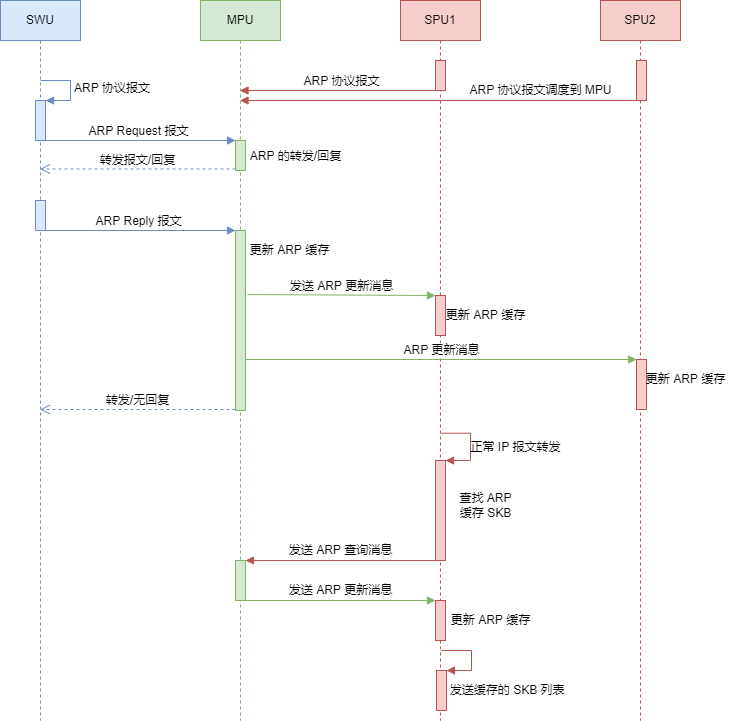
Before: chx_arp.drawio.png, a diagram exported from draw.io (lwchao/drawPNG). Source tidied: cells renumbered, new cells last; positions are measured from the earlier drawing's top-left corner, leaving out a move shared by most shapes. The source it was exported from:
```xml
<mxGraphModel>
  <root>
    <mxCell id="0" />
    <mxCell id="1" parent="0" />
    <mxCell id="2" value="SWU" style="shape=umlLifeline;perimeter=lifelinePerimeter;whiteSpace=wrap;html=1;outlineConnect=0;fillColor=#dae8fc;strokeColor=#6c8ebf;" parent="1" vertex="1">
      <mxGeometry width="80" height="720" as="geometry" />
    </mxCell>
    <mxCell id="3" style="html=1;points=[];perimeter=orthogonalPerimeter;fillColor=#dae8fc;strokeColor=#6c8ebf;" parent="2" vertex="1">
      <mxGeometry x="35" y="100" width="10" height="40" as="geometry" />
    </mxCell>
    <mxCell id="4" value="ARP 协议报文" style="edgeStyle=orthogonalEdgeStyle;html=1;align=left;spacingLeft=2;endArrow=block;rounded=0;entryX=1;entryY=0;fillColor=#dae8fc;strokeColor=#6c8ebf;" parent="2" edge="1" target="3">
      <mxGeometry relative="1" as="geometry">
        <mxPoint x="40" y="80" as="sourcePoint" />
        <Array as="points">
          <mxPoint x="70" y="80" />
        </Array>
      </mxGeometry>
    </mxCell>
    <mxCell id="5" style="html=1;perimeter=orthogonalPerimeter;fillColor=#dae8fc;strokeColor=#6c8ebf;" parent="2" vertex="1">
      <mxGeometry x="35" y="200" width="10" height="30" as="geometry" />
    </mxCell>
    <mxCell id="6" value="MPU" style="shape=umlLifeline;perimeter=lifelinePerimeter;whiteSpace=wrap;html=1;outlineConnect=0;fillColor=#d5e8d4;strokeColor=#82b366;" parent="1" vertex="1">
      <mxGeometry x="200" width="80" height="720" as="geometry" />
    </mxCell>
    <mxCell id="7" style="html=1;points=[];perimeter=orthogonalPerimeter;fillColor=#d5e8d4;strokeColor=#82b366;" parent="6" vertex="1">
      <mxGeometry x="35" y="230" width="10" height="180" as="geometry" />
    </mxCell>
    <mxCell id="8" style="html=1;points=[];perimeter=orthogonalPerimeter;fillColor=#d5e8d4;strokeColor=#82b366;" parent="6" vertex="1">
      <mxGeometry x="35" y="140" width="10" height="30" as="geometry" />
    </mxCell>
    <mxCell id="9" value="ARP Request 报文" style="html=1;verticalAlign=bottom;endArrow=block;entryX=0;entryY=0;rounded=0;fillColor=#dae8fc;strokeColor=#6c8ebf;" parent="6" edge="1" target="8">
      <mxGeometry relative="1" as="geometry">
        <mxPoint x="-160.5" y="140" as="sourcePoint" />
      </mxGeometry>
    </mxCell>
    <mxCell id="10" style="html=1;points=[];perimeter=orthogonalPerimeter;fillColor=#d5e8d4;strokeColor=#82b366;" parent="6" vertex="1">
      <mxGeometry x="35" y="560" width="10" height="40" as="geometry" />
    </mxCell>
    <mxCell id="11" value="SPU1" style="shape=umlLifeline;perimeter=lifelinePerimeter;whiteSpace=wrap;html=1;outlineConnect=0;fillColor=#f8cecc;strokeColor=#b85450;" parent="1" vertex="1">
      <mxGeometry x="400" width="80" height="720" as="geometry" />
    </mxCell>
    <mxCell id="12" style="html=1;points=[];perimeter=orthogonalPerimeter;fillColor=#f8cecc;strokeColor=#b85450;" parent="11" vertex="1">
      <mxGeometry x="35" y="295" width="10" height="40" as="geometry" />
    </mxCell>
    <mxCell id="13" style="html=1;points=[];perimeter=orthogonalPerimeter;fillColor=#f8cecc;strokeColor=#b85450;" parent="11" vertex="1">
      <mxGeometry x="35" y="60" width="10" height="30" as="geometry" />
    </mxCell>
    <mxCell id="14" style="html=1;points=[];perimeter=orthogonalPerimeter;fillColor=#f8cecc;strokeColor=#b85450;" parent="11" vertex="1">
      <mxGeometry x="35" y="460" width="10" height="100" as="geometry" />
    </mxCell>
    <mxCell id="15" style="edgeStyle=orthogonalEdgeStyle;html=1;align=left;spacingLeft=2;endArrow=block;rounded=0;entryX=1;entryY=0;exitX=0.513;exitY=0.601;exitDx=0;exitDy=0;exitPerimeter=0;fillColor=#f8cecc;strokeColor=#b85450;" parent="11" edge="1" source="11" target="14">
      <mxGeometry relative="1" as="geometry">
        <Array as="points">
          <mxPoint x="70" y="433" />
          <mxPoint x="70" y="460" />
        </Array>
      </mxGeometry>
    </mxCell>
    <mxCell id="16" style="html=1;points=[];perimeter=orthogonalPerimeter;fillColor=#f8cecc;strokeColor=#b85450;" parent="11" vertex="1">
      <mxGeometry x="35" y="600" width="10" height="40" as="geometry" />
    </mxCell>
    <mxCell id="17" value="SPU2" style="shape=umlLifeline;perimeter=lifelinePerimeter;whiteSpace=wrap;html=1;fillColor=#f8cecc;strokeColor=#b85450;" parent="1" vertex="1">
      <mxGeometry x="600" width="80" height="720" as="geometry" />
    </mxCell>
    <mxCell id="18" style="html=1;points=[];perimeter=orthogonalPerimeter;fillColor=#f8cecc;strokeColor=#b85450;" parent="17" vertex="1">
      <mxGeometry x="36" y="359" width="10" height="50" as="geometry" />
    </mxCell>
    <mxCell id="19" style="html=1;points=[];perimeter=orthogonalPerimeter;fillColor=#f8cecc;strokeColor=#b85450;" parent="17" vertex="1">
      <mxGeometry x="36" y="60" width="10" height="40" as="geometry" />
    </mxCell>
    <mxCell id="20" value="ARP Reply 报文" style="html=1;verticalAlign=bottom;endArrow=block;entryX=0;entryY=0;rounded=0;fillColor=#dae8fc;strokeColor=#6c8ebf;" parent="1" edge="1">
      <mxGeometry relative="1" as="geometry">
        <mxPoint x="39.5" y="230" as="sourcePoint" />
        <mxPoint x="235" y="230" as="targetPoint" />
      </mxGeometry>
    </mxCell>
    <mxCell id="21" value="发送 ARP 更新消息" style="html=1;verticalAlign=bottom;endArrow=block;entryX=0;entryY=0;rounded=0;exitX=1.2;exitY=0.356;exitDx=0;exitDy=0;exitPerimeter=0;fillColor=#d5e8d4;strokeColor=#82b366;" parent="1" edge="1" source="7" target="12">
      <mxGeometry relative="1" as="geometry" />
    </mxCell>
    <mxCell id="22" value="ARP 更新消息" style="html=1;verticalAlign=bottom;startArrow=none;endArrow=block;startSize=8;rounded=0;startFill=0;fillColor=#d5e8d4;strokeColor=#82b366;" parent="1" edge="1" target="18">
      <mxGeometry relative="1" as="geometry">
        <mxPoint x="245" y="359" as="sourcePoint" />
      </mxGeometry>
    </mxCell>
    <mxCell id="23" value="转发/无回复" style="html=1;verticalAlign=bottom;endArrow=open;dashed=1;endSize=8;exitX=0;exitY=0.95;rounded=0;fillColor=#dae8fc;strokeColor=#6c8ebf;" parent="1" edge="1">
      <mxGeometry relative="1" as="geometry">
        <mxPoint x="235" y="409" as="sourcePoint" />
        <mxPoint x="39.5" y="409" as="targetPoint" />
      </mxGeometry>
    </mxCell>
    <mxCell id="24" value="更新 ARP 缓存" style="text;html=1;align=center;verticalAlign=middle;strokeColor=none;fillColor=none;" parent="1" vertex="1">
      <mxGeometry x="440" y="305" width="90" height="20" as="geometry" />
    </mxCell>
    <mxCell id="25" value="更新 ARP 缓存" style="text;html=1;align=center;verticalAlign=middle;strokeColor=none;fillColor=none;" parent="1" vertex="1">
      <mxGeometry x="640" y="369" width="90" height="20" as="geometry" />
    </mxCell>
    <mxCell id="26" value="转发报文/回复" style="html=1;verticalAlign=bottom;endArrow=open;dashed=1;endSize=8;exitX=0;exitY=0.95;rounded=0;fillColor=#dae8fc;strokeColor=#6c8ebf;" parent="1" edge="1" source="8" target="2">
      <mxGeometry relative="1" as="geometry" />
    </mxCell>
    <mxCell id="27" value="ARP 的转发/回复" style="text;html=1;align=center;verticalAlign=middle;strokeColor=none;fillColor=none;" parent="1" vertex="1">
      <mxGeometry x="240" y="146" width="110" height="20" as="geometry" />
    </mxCell>
    <mxCell id="28" value="ARP 协议报文" style="html=1;verticalAlign=bottom;endArrow=block;rounded=0;exitX=0.7;exitY=1;exitDx=0;exitDy=0;exitPerimeter=0;fillColor=#f8cecc;strokeColor=#b85450;" parent="1" edge="1" source="13" target="6">
      <mxGeometry relative="1" as="geometry" />
    </mxCell>
    <mxCell id="29" style="html=1;verticalAlign=bottom;endArrow=block;rounded=0;exitX=0.7;exitY=1;exitDx=0;exitDy=0;exitPerimeter=0;fillColor=#f8cecc;strokeColor=#b85450;" parent="1" edge="1" source="19" target="6">
      <mxGeometry relative="1" as="geometry" />
    </mxCell>
    <mxCell id="30" value="ARP 协议报文调度到 MPU" style="text;html=1;align=center;verticalAlign=middle;strokeColor=none;fillColor=none;" parent="1" vertex="1">
      <mxGeometry x="460" y="80" width="160" height="20" as="geometry" />
    </mxCell>
    <mxCell id="31" value="查找 ARP&lt;br&gt;缓存 SKB" style="text;html=1;align=center;verticalAlign=middle;strokeColor=none;fillColor=none;" parent="1" vertex="1">
      <mxGeometry x="450" y="490" width="70" height="30" as="geometry" />
    </mxCell>
    <mxCell id="32" style="html=1;verticalAlign=bottom;endArrow=block;entryX=1;entryY=0;rounded=0;fillColor=#f8cecc;strokeColor=#b85450;" parent="1" edge="1" source="11" target="10">
      <mxGeometry relative="1" as="geometry" />
    </mxCell>
    <mxCell id="33" style="html=1;verticalAlign=bottom;endArrow=block;entryX=0;entryY=0;rounded=0;fillColor=#d5e8d4;strokeColor=#82b366;" parent="1" edge="1" source="6" target="16">
      <mxGeometry relative="1" as="geometry" />
    </mxCell>
    <mxCell id="34" value="发送 ARP 更新消息" style="text;html=1;align=center;verticalAlign=middle;strokeColor=none;fillColor=none;" parent="1" vertex="1">
      <mxGeometry x="280" y="580" width="120" height="20" as="geometry" />
    </mxCell>
    <mxCell id="35" value="发送 ARP 查询消息" style="text;html=1;align=center;verticalAlign=middle;strokeColor=none;fillColor=none;" parent="1" vertex="1">
      <mxGeometry x="280" y="540" width="120" height="20" as="geometry" />
    </mxCell>
    <mxCell id="36" value="更新 ARP 缓存" style="text;html=1;align=center;verticalAlign=middle;strokeColor=none;fillColor=none;" parent="1" vertex="1">
      <mxGeometry x="445" y="610" width="90" height="20" as="geometry" />
    </mxCell>
    <mxCell id="37" style="html=1;points=[];perimeter=orthogonalPerimeter;fillColor=#f8cecc;strokeColor=#b85450;" parent="1" vertex="1">
      <mxGeometry x="436" y="670" width="10" height="40" as="geometry" />
    </mxCell>
    <mxCell id="38" style="edgeStyle=orthogonalEdgeStyle;html=1;align=left;spacingLeft=2;endArrow=block;rounded=0;entryX=1;entryY=0;fillColor=#f8cecc;strokeColor=#b85450;" parent="1" edge="1" target="37">
      <mxGeometry relative="1" as="geometry">
        <mxPoint x="441" y="650" as="sourcePoint" />
        <Array as="points">
          <mxPoint x="471" y="650" />
        </Array>
      </mxGeometry>
    </mxCell>
    <mxCell id="39" value="&amp;nbsp; &amp;nbsp; &amp;nbsp; &amp;nbsp; &amp;nbsp; &amp;nbsp; &amp;nbsp; &amp;nbsp; &amp;nbsp; &amp;nbsp;发送缓存的 SKB 列表" style="text;html=1;align=center;verticalAlign=middle;strokeColor=none;fillColor=none;" parent="1" vertex="1">
      <mxGeometry x="380" y="680" width="190" height="20" as="geometry" />
    </mxCell>
    <mxCell id="40" value="正常 IP 报文转发" style="text;html=1;align=center;verticalAlign=middle;strokeColor=none;fillColor=none;" parent="1" vertex="1">
      <mxGeometry x="460" y="437" width="110" height="20" as="geometry" />
    </mxCell>
    <mxCell id="41" value="更新 ARP 缓存" style="text;html=1;align=center;verticalAlign=middle;strokeColor=none;fillColor=none;" parent="1" vertex="1">
      <mxGeometry x="244" y="240" width="90" height="20" as="geometry" />
    </mxCell>
  </root>
</mxGraphModel>
```
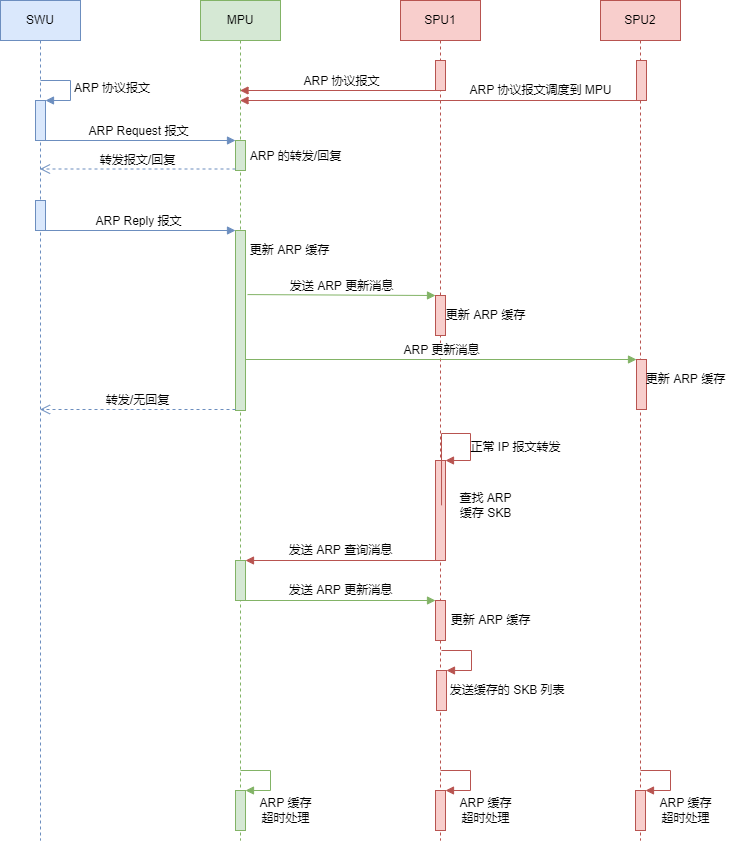
The same diagram one commit later.

What changed in the source:
```diff
@@ -3,7 +3,7 @@
     <mxCell id="0" />
     <mxCell id="1" parent="0" />
     <mxCell id="2" value="SWU" style="shape=umlLifeline;perimeter=lifelinePerimeter;whiteSpace=wrap;html=1;outlineConnect=0;fillColor=#dae8fc;strokeColor=#6c8ebf;" parent="1" vertex="1">
-      <mxGeometry width="80" height="720" as="geometry" />
+      <mxGeometry width="80" height="840" as="geometry" />
     </mxCell>
     <mxCell id="3" style="html=1;points=[];perimeter=orthogonalPerimeter;fillColor=#dae8fc;strokeColor=#6c8ebf;" parent="2" vertex="1">
       <mxGeometry x="35" y="100" width="10" height="40" as="geometry" />
@@ -20,7 +20,7 @@
       <mxGeometry x="35" y="200" width="10" height="30" as="geometry" />
     </mxCell>
     <mxCell id="6" value="MPU" style="shape=umlLifeline;perimeter=lifelinePerimeter;whiteSpace=wrap;html=1;outlineConnect=0;fillColor=#d5e8d4;strokeColor=#82b366;" parent="1" vertex="1">
-      <mxGeometry x="200" width="80" height="720" as="geometry" />
+      <mxGeometry x="200" width="80" height="840" as="geometry" />
     </mxCell>
     <mxCell id="7" style="html=1;points=[];perimeter=orthogonalPerimeter;fillColor=#d5e8d4;strokeColor=#82b366;" parent="6" vertex="1">
       <mxGeometry x="35" y="230" width="10" height="180" as="geometry" />
@@ -36,8 +36,19 @@
     <mxCell id="10" style="html=1;points=[];perimeter=orthogonalPerimeter;fillColor=#d5e8d4;strokeColor=#82b366;" parent="6" vertex="1">
       <mxGeometry x="35" y="560" width="10" height="40" as="geometry" />
     </mxCell>
+    <mxCell id="42" style="html=1;points=[];perimeter=orthogonalPerimeter;fillColor=#d5e8d4;strokeColor=#82b366;" parent="6" vertex="1">
+      <mxGeometry x="35" y="790" width="10" height="40" as="geometry" />
+    </mxCell>
+    <mxCell id="43" style="edgeStyle=orthogonalEdgeStyle;html=1;align=left;spacingLeft=2;endArrow=block;rounded=0;entryX=1;entryY=0;fillColor=#d5e8d4;strokeColor=#82b366;" parent="6" edge="1" target="42">
+      <mxGeometry relative="1" as="geometry">
+        <mxPoint x="40" y="770" as="sourcePoint" />
+        <Array as="points">
+          <mxPoint x="70" y="770" />
+        </Array>
+      </mxGeometry>
+    </mxCell>
     <mxCell id="11" value="SPU1" style="shape=umlLifeline;perimeter=lifelinePerimeter;whiteSpace=wrap;html=1;outlineConnect=0;fillColor=#f8cecc;strokeColor=#b85450;" parent="1" vertex="1">
-      <mxGeometry x="400" width="80" height="720" as="geometry" />
+      <mxGeometry x="400" width="80" height="840" as="geometry" />
     </mxCell>
     <mxCell id="12" style="html=1;points=[];perimeter=orthogonalPerimeter;fillColor=#f8cecc;strokeColor=#b85450;" parent="11" vertex="1">
       <mxGeometry x="35" y="295" width="10" height="40" as="geometry" />
@@ -59,8 +70,19 @@
     <mxCell id="16" style="html=1;points=[];perimeter=orthogonalPerimeter;fillColor=#f8cecc;strokeColor=#b85450;" parent="11" vertex="1">
       <mxGeometry x="35" y="600" width="10" height="40" as="geometry" />
     </mxCell>
+    <mxCell id="44" style="html=1;points=[];perimeter=orthogonalPerimeter;fillColor=#f8cecc;strokeColor=#b85450;" parent="11" vertex="1">
+      <mxGeometry x="35" y="790" width="10" height="40" as="geometry" />
+    </mxCell>
+    <mxCell id="45" style="edgeStyle=orthogonalEdgeStyle;html=1;align=left;spacingLeft=2;endArrow=block;rounded=0;entryX=1;entryY=0;fillColor=#f8cecc;strokeColor=#b85450;" parent="11" edge="1" target="44">
+      <mxGeometry relative="1" as="geometry">
+        <mxPoint x="40" y="770" as="sourcePoint" />
+        <Array as="points">
+          <mxPoint x="70" y="770" />
+        </Array>
+      </mxGeometry>
+    </mxCell>
     <mxCell id="17" value="SPU2" style="shape=umlLifeline;perimeter=lifelinePerimeter;whiteSpace=wrap;html=1;fillColor=#f8cecc;strokeColor=#b85450;" parent="1" vertex="1">
-      <mxGeometry x="600" width="80" height="720" as="geometry" />
+      <mxGeometry x="600" width="80" height="840" as="geometry" />
     </mxCell>
     <mxCell id="18" style="html=1;points=[];perimeter=orthogonalPerimeter;fillColor=#f8cecc;strokeColor=#b85450;" parent="17" vertex="1">
       <mxGeometry x="36" y="359" width="10" height="50" as="geometry" />
@@ -68,6 +90,17 @@
     <mxCell id="19" style="html=1;points=[];perimeter=orthogonalPerimeter;fillColor=#f8cecc;strokeColor=#b85450;" parent="17" vertex="1">
       <mxGeometry x="36" y="60" width="10" height="40" as="geometry" />
     </mxCell>
+    <mxCell id="46" style="html=1;points=[];perimeter=orthogonalPerimeter;fillColor=#f8cecc;strokeColor=#b85450;" parent="17" vertex="1">
+      <mxGeometry x="35" y="790" width="10" height="40" as="geometry" />
+    </mxCell>
+    <mxCell id="47" style="edgeStyle=orthogonalEdgeStyle;html=1;align=left;spacingLeft=2;endArrow=block;rounded=0;entryX=1;entryY=0;fillColor=#f8cecc;strokeColor=#b85450;" parent="17" edge="1" target="46">
+      <mxGeometry relative="1" as="geometry">
+        <mxPoint x="40" y="770" as="sourcePoint" />
+        <Array as="points">
+          <mxPoint x="70" y="770" />
+        </Array>
+      </mxGeometry>
+    </mxCell>
     <mxCell id="20" value="ARP Reply 报文" style="html=1;verticalAlign=bottom;endArrow=block;entryX=0;entryY=0;rounded=0;fillColor=#dae8fc;strokeColor=#6c8ebf;" parent="1" edge="1">
       <mxGeometry relative="1" as="geometry">
         <mxPoint x="39.5" y="230" as="sourcePoint" />
@@ -147,5 +180,14 @@
     <mxCell id="41" value="更新 ARP 缓存" style="text;html=1;align=center;verticalAlign=middle;strokeColor=none;fillColor=none;" parent="1" vertex="1">
       <mxGeometry x="244" y="240" width="90" height="20" as="geometry" />
     </mxCell>
+    <mxCell id="48" value="ARP 缓存&lt;br&gt;超时处理" style="text;html=1;align=center;verticalAlign=middle;strokeColor=none;fillColor=none;" parent="1" vertex="1">
+      <mxGeometry x="650" y="795" width="70" height="30" as="geometry" />
+    </mxCell>
+    <mxCell id="49" value="ARP 缓存&lt;br&gt;超时处理" style="text;html=1;align=center;verticalAlign=middle;strokeColor=none;fillColor=none;" parent="1" vertex="1">
+      <mxGeometry x="450" y="795" width="70" height="30" as="geometry" />
+    </mxCell>
+    <mxCell id="50" value="ARP 缓存&lt;br&gt;超时处理" style="text;html=1;align=center;verticalAlign=middle;strokeColor=none;fillColor=none;" parent="1" vertex="1">
+      <mxGeometry x="250" y="795" width="70" height="30" as="geometry" />
+    </mxCell>
   </root>
 </mxGraphModel>
```
